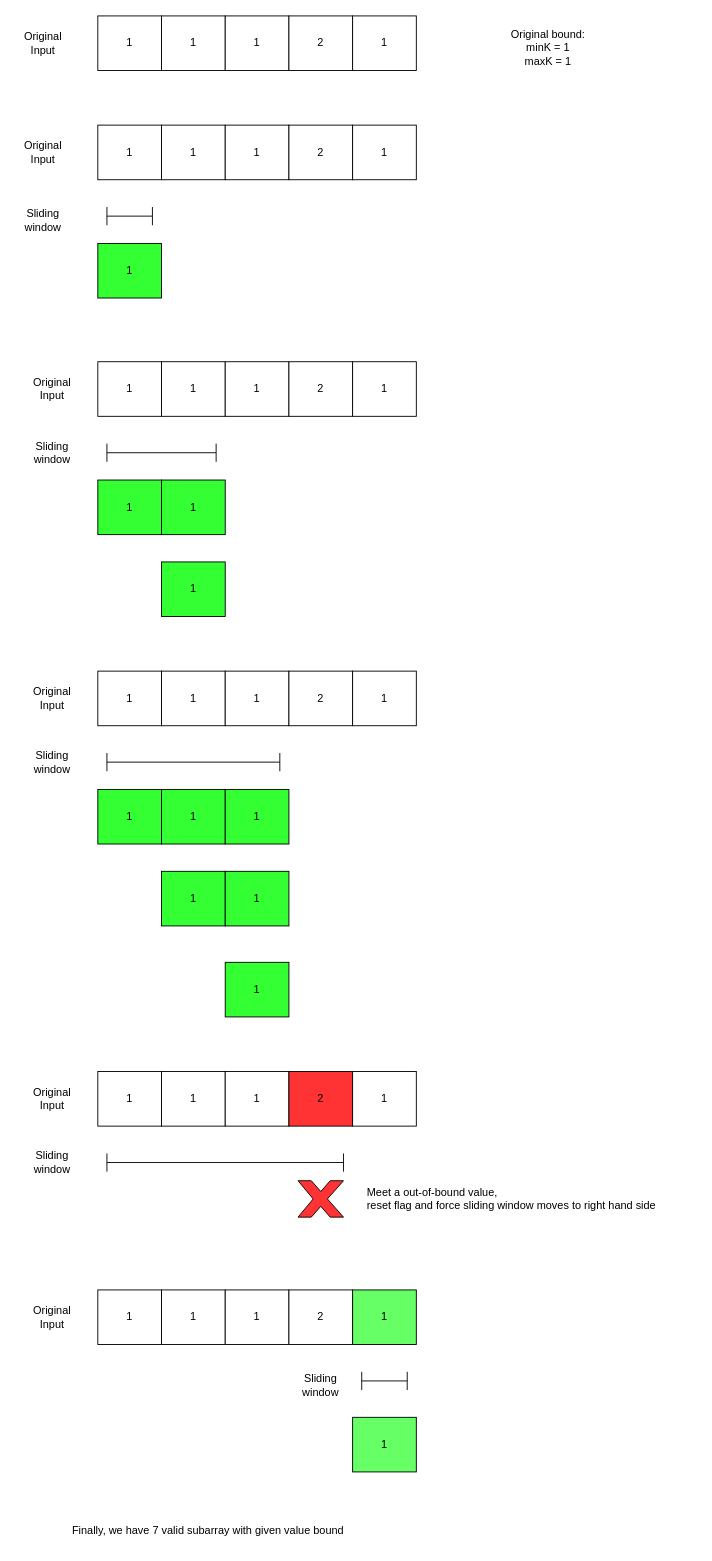
This is CountSubArrayFixBound.drawio from brianchiang-tw/leetcode, a draw.io file, before an edit. Source tidied: cells renumbered, new cells numbered last; positions are measured from the earlier drawing's top-left corner, leaving out a move shared by most shapes. Both pictures are drawn from the tidied source at 91%, with x=0, y=0 at pixel (15, 15).
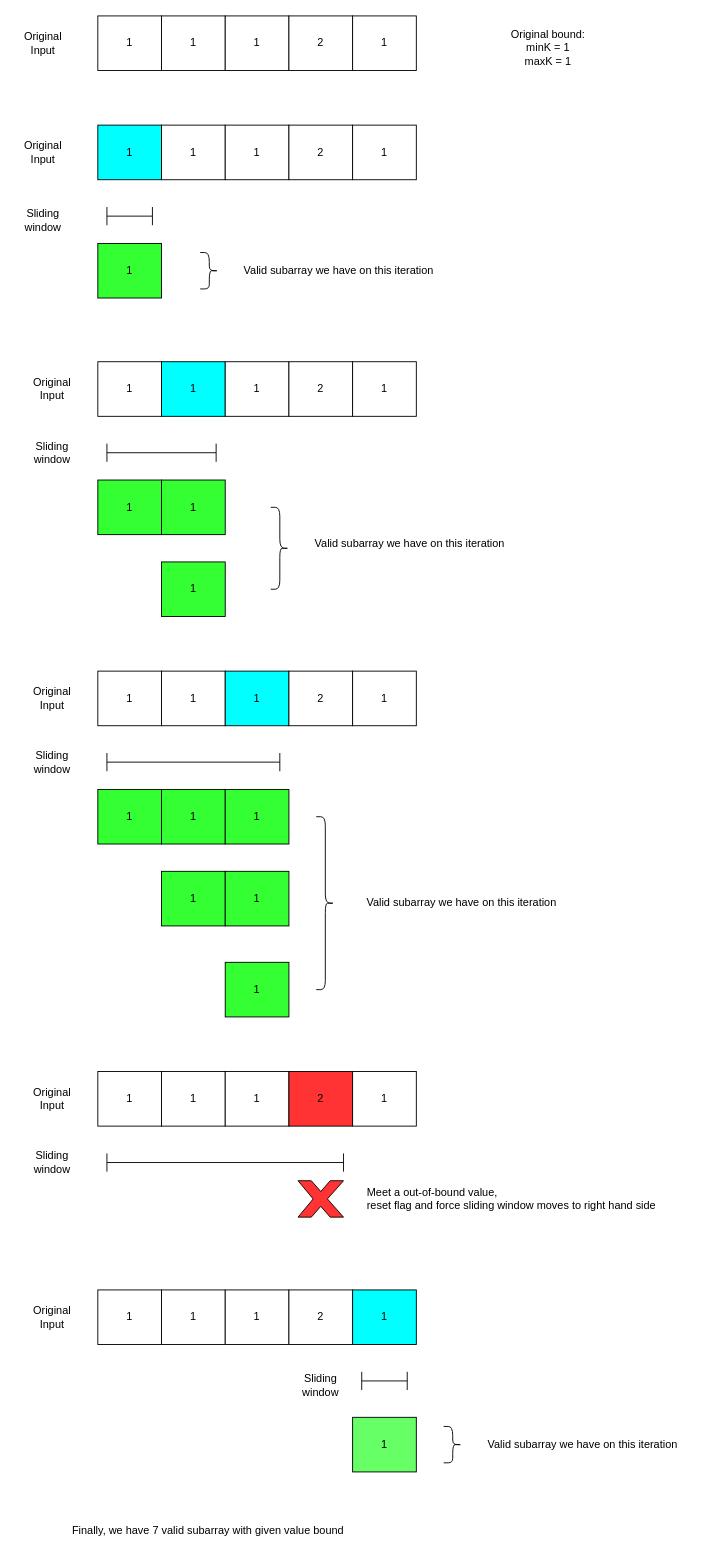
The same page after the edit.

Diff of the diagram source:
```diff
@@
-    <mxCell id="7" value="1" style="rounded=0;whiteSpace=wrap;html=1;" parent="1" vertex="1">
+    <mxCell id="7" value="1" style="rounded=0;whiteSpace=wrap;html=1;fillColor=#00FFFF;" parent="1" vertex="1">
       <mxGeometry x="90" y="120" width="70" height="60" as="geometry" />
     </mxCell>
@@
-    <mxCell id="15" value="1" style="rounded=0;whiteSpace=wrap;html=1;" parent="1" vertex="1">
+    <mxCell id="15" value="1" style="rounded=0;whiteSpace=wrap;html=1;fillColor=#00FFFF;" parent="1" vertex="1">
       <mxGeometry x="160" y="380" width="70" height="60" as="geometry" />
     </mxCell>
@@
-    <mxCell id="25" value="1" style="rounded=0;whiteSpace=wrap;html=1;" parent="1" vertex="1">
+    <mxCell id="25" value="1" style="rounded=0;whiteSpace=wrap;html=1;fillColor=#00FFFF;" parent="1" vertex="1">
       <mxGeometry x="230" y="720" width="70" height="60" as="geometry" />
     </mxCell>
@@
-    <mxCell id="46" value="1" style="rounded=0;whiteSpace=wrap;html=1;fillColor=#66FF66;" parent="1" vertex="1">
+    <mxCell id="46" value="1" style="rounded=0;whiteSpace=wrap;html=1;fillColor=#00FFFF;" parent="1" vertex="1">
       <mxGeometry x="370" y="1400" width="70" height="60" as="geometry" />
     </mxCell>
@@
+    <mxCell id="63" style="shape=curlyBracket;whiteSpace=wrap;html=1;rounded=1;flipH=1;fillColor=#66FF66;size=0.5;" parent="1" vertex="1">
+      <mxGeometry x="202.5" y="260" width="20" height="40" as="geometry" />
+    </mxCell>
+    <mxCell id="64" value="Valid subarray we have on this iteration" style="text;html=1;strokeColor=none;fillColor=none;align=center;verticalAlign=middle;whiteSpace=wrap;rounded=0;" parent="1" vertex="1">
+      <mxGeometry x="230" y="265" width="250" height="30" as="geometry" />
+    </mxCell>
+    <mxCell id="65" style="shape=curlyBracket;whiteSpace=wrap;html=1;rounded=1;flipH=1;fillColor=#66FF66;size=0.5;" parent="1" vertex="1">
+      <mxGeometry x="280" y="540" width="20" height="90" as="geometry" />
+    </mxCell>
+    <mxCell id="66" value="Valid subarray we have on this iteration" style="text;html=1;strokeColor=none;fillColor=none;align=center;verticalAlign=middle;whiteSpace=wrap;rounded=0;" parent="1" vertex="1">
+      <mxGeometry x="307.5" y="565" width="250" height="30" as="geometry" />
+    </mxCell>
+    <mxCell id="67" style="shape=curlyBracket;whiteSpace=wrap;html=1;rounded=1;flipH=1;fillColor=#66FF66;size=0.5;" parent="1" vertex="1">
+      <mxGeometry x="330" y="880" width="20" height="190" as="geometry" />
+    </mxCell>
+    <mxCell id="68" value="Valid subarray we have on this iteration" style="text;html=1;strokeColor=none;fillColor=none;align=center;verticalAlign=middle;whiteSpace=wrap;rounded=0;" parent="1" vertex="1">
+      <mxGeometry x="365" y="960" width="250" height="30" as="geometry" />
+    </mxCell>
+    <mxCell id="69" style="shape=curlyBracket;whiteSpace=wrap;html=1;rounded=1;flipH=1;fillColor=#66FF66;size=0.5;" parent="1" vertex="1">
+      <mxGeometry x="470" y="1550" width="20" height="40" as="geometry" />
+    </mxCell>
+    <mxCell id="70" value="Valid subarray we have on this iteration" style="text;html=1;strokeColor=none;fillColor=none;align=center;verticalAlign=middle;whiteSpace=wrap;rounded=0;" parent="1" vertex="1">
+      <mxGeometry x="497.5" y="1555" width="250" height="30" as="geometry" />
+    </mxCell>
```
